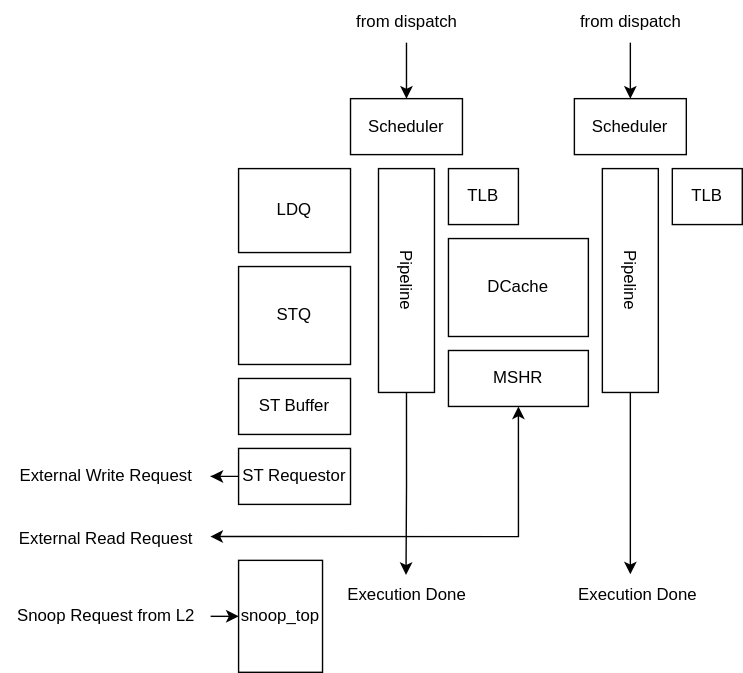
This is docs/source/sections/scariv_lsu_top.svg from msyksphinz-self/scariv_zero, a draw.io export, as it was before one commit. Source tidied: cells renumbered, new cells last; positions are measured from the earlier drawing's top-left corner, leaving out a move shared by most shapes.
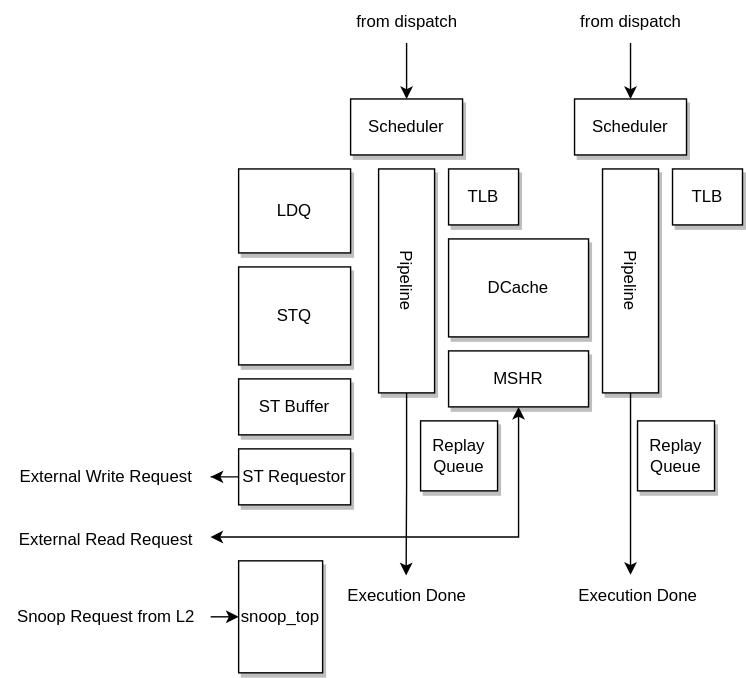
Above is the later version.

Diff of the diagram source:
```diff
@@ -2,10 +2,10 @@
   <root>
     <mxCell id="0" />
     <mxCell id="1" parent="0" />
-    <mxCell id="2" value="Scheduler" style="rounded=0;whiteSpace=wrap;html=1;" parent="1" vertex="1">
+    <mxCell id="2" value="Scheduler" style="rounded=0;whiteSpace=wrap;html=1;shadow=1;" parent="1" vertex="1">
       <mxGeometry x="250" y="70" width="80" height="40" as="geometry" />
     </mxCell>
-    <mxCell id="3" value="Scheduler" style="rounded=0;whiteSpace=wrap;html=1;" parent="1" vertex="1">
+    <mxCell id="3" value="Scheduler" style="rounded=0;whiteSpace=wrap;html=1;shadow=1;" parent="1" vertex="1">
       <mxGeometry x="410" y="70" width="80" height="40" as="geometry" />
     </mxCell>
     <mxCell id="4" style="endArrow=classic;html=1;rounded=0;entryX=0.5;entryY=0;entryDx=0;entryDy=0;" parent="1" edge="1" target="2">
@@ -22,10 +22,10 @@
     <mxCell id="7" value="from dispatch" style="text;html=1;align=center;verticalAlign=middle;points=[];strokeColor=none;fillColor=none;" parent="1" vertex="1">
       <mxGeometry x="400" width="100" height="30" as="geometry" />
     </mxCell>
-    <mxCell id="8" value="LDQ" style="rounded=0;whiteSpace=wrap;html=1;" parent="1" vertex="1">
+    <mxCell id="8" value="LDQ" style="rounded=0;whiteSpace=wrap;html=1;shadow=1;" parent="1" vertex="1">
       <mxGeometry x="170" y="120" width="80" height="60" as="geometry" />
     </mxCell>
-    <mxCell id="9" value="STQ" style="rounded=0;whiteSpace=wrap;html=1;" parent="1" vertex="1">
+    <mxCell id="9" value="STQ" style="rounded=0;whiteSpace=wrap;html=1;shadow=1;" parent="1" vertex="1">
       <mxGeometry x="170" y="190" width="80" height="70" as="geometry" />
     </mxCell>
     <mxCell id="10" style="rounded=0;jettySize=auto;html=1;exitX=1;exitY=0.5;exitDx=0;exitDy=0;" parent="1" edge="1" source="11">
@@ -33,40 +33,40 @@
         <mxPoint x="450" y="410" as="targetPoint" />
       </mxGeometry>
     </mxCell>
-    <mxCell id="11" value="Pipeline" style="rounded=0;whiteSpace=wrap;html=1;direction=east;rotation=90;" parent="1" vertex="1">
+    <mxCell id="11" value="Pipeline" style="rounded=0;whiteSpace=wrap;html=1;direction=east;rotation=90;shadow=1;" parent="1" vertex="1">
       <mxGeometry x="370" y="180" width="160" height="40" as="geometry" />
     </mxCell>
-    <mxCell id="12" value="TLB" style="rounded=0;whiteSpace=wrap;html=1;" parent="1" vertex="1">
+    <mxCell id="12" value="TLB" style="rounded=0;whiteSpace=wrap;html=1;shadow=1;" parent="1" vertex="1">
       <mxGeometry x="320" y="120" width="50" height="40" as="geometry" />
     </mxCell>
-    <mxCell id="13" value="TLB" style="rounded=0;whiteSpace=wrap;html=1;" parent="1" vertex="1">
+    <mxCell id="13" value="TLB" style="rounded=0;whiteSpace=wrap;html=1;shadow=1;" parent="1" vertex="1">
       <mxGeometry x="480" y="120" width="50" height="40" as="geometry" />
     </mxCell>
-    <mxCell id="14" value="DCache" style="rounded=0;whiteSpace=wrap;html=1;" parent="1" vertex="1">
+    <mxCell id="14" value="DCache" style="rounded=0;whiteSpace=wrap;html=1;shadow=1;" parent="1" vertex="1">
       <mxGeometry x="320" y="170" width="100" height="70" as="geometry" />
     </mxCell>
     <mxCell id="15" style="edgeStyle=orthogonalEdgeStyle;rounded=0;jettySize=auto;html=1;exitX=0.5;exitY=1;exitDx=0;exitDy=0;entryX=0.999;entryY=0.433;entryDx=0;entryDy=0;entryPerimeter=0;startArrow=classic;startFill=1;" parent="1" edge="1" source="16" target="25">
       <mxGeometry relative="1" as="geometry" />
     </mxCell>
-    <mxCell id="16" value="MSHR" style="rounded=0;whiteSpace=wrap;html=1;" parent="1" vertex="1">
+    <mxCell id="16" value="MSHR" style="rounded=0;whiteSpace=wrap;html=1;shadow=1;" parent="1" vertex="1">
       <mxGeometry x="320" y="250" width="100" height="40" as="geometry" />
     </mxCell>
-    <mxCell id="17" value="ST Buffer" style="rounded=0;whiteSpace=wrap;html=1;" parent="1" vertex="1">
+    <mxCell id="17" value="ST Buffer" style="rounded=0;whiteSpace=wrap;html=1;shadow=1;" parent="1" vertex="1">
       <mxGeometry x="170" y="270" width="80" height="40" as="geometry" />
     </mxCell>
     <mxCell id="18" style="edgeStyle=orthogonalEdgeStyle;rounded=0;jettySize=auto;html=1;" parent="1" edge="1" source="19" target="26">
       <mxGeometry relative="1" as="geometry" />
     </mxCell>
-    <mxCell id="19" value="ST Requestor" style="rounded=0;whiteSpace=wrap;html=1;" parent="1" vertex="1">
+    <mxCell id="19" value="ST Requestor" style="rounded=0;whiteSpace=wrap;html=1;shadow=1;" parent="1" vertex="1">
       <mxGeometry x="170" y="320" width="80" height="40" as="geometry" />
     </mxCell>
     <mxCell id="20" style="edgeStyle=orthogonalEdgeStyle;rounded=0;jettySize=auto;html=1;exitX=1;exitY=0.5;exitDx=0;exitDy=0;entryX=0.497;entryY=0.013;entryDx=0;entryDy=0;entryPerimeter=0;" parent="1" edge="1" source="21" target="23">
       <mxGeometry relative="1" as="geometry" />
     </mxCell>
-    <mxCell id="21" value="Pipeline" style="rounded=0;whiteSpace=wrap;html=1;direction=east;rotation=90;" parent="1" vertex="1">
+    <mxCell id="21" value="Pipeline" style="rounded=0;whiteSpace=wrap;html=1;direction=east;rotation=90;shadow=1;" parent="1" vertex="1">
       <mxGeometry x="210" y="180" width="160" height="40" as="geometry" />
     </mxCell>
-    <mxCell id="22" value="snoop_top" style="rounded=0;whiteSpace=wrap;html=1;" parent="1" vertex="1">
+    <mxCell id="22" value="snoop_top" style="rounded=0;whiteSpace=wrap;html=1;shadow=1;" parent="1" vertex="1">
       <mxGeometry x="170" y="400" width="60" height="80" as="geometry" />
     </mxCell>
     <mxCell id="23" value="Execution Done" style="text;html=1;align=center;verticalAlign=middle;points=[];strokeColor=none;fillColor=none;" parent="1" vertex="1">
@@ -89,5 +89,11 @@
     <mxCell id="28" value="Snoop Request from L2" style="text;html=1;align=center;verticalAlign=middle;points=[];strokeColor=none;fillColor=none;" parent="1" vertex="1">
       <mxGeometry y="425" width="150" height="30" as="geometry" />
     </mxCell>
+    <mxCell id="29" value="Replay&lt;br&gt;Queue" style="rounded=0;whiteSpace=wrap;html=1;shadow=1;" parent="1" vertex="1">
+      <mxGeometry x="300" y="300" width="55" height="50" as="geometry" />
+    </mxCell>
+    <mxCell id="30" value="Replay&lt;br&gt;Queue" style="rounded=0;whiteSpace=wrap;html=1;shadow=1;" parent="1" vertex="1">
+      <mxGeometry x="455" y="300" width="55" height="50" as="geometry" />
+    </mxCell>
   </root>
 </mxGraphModel>
```
